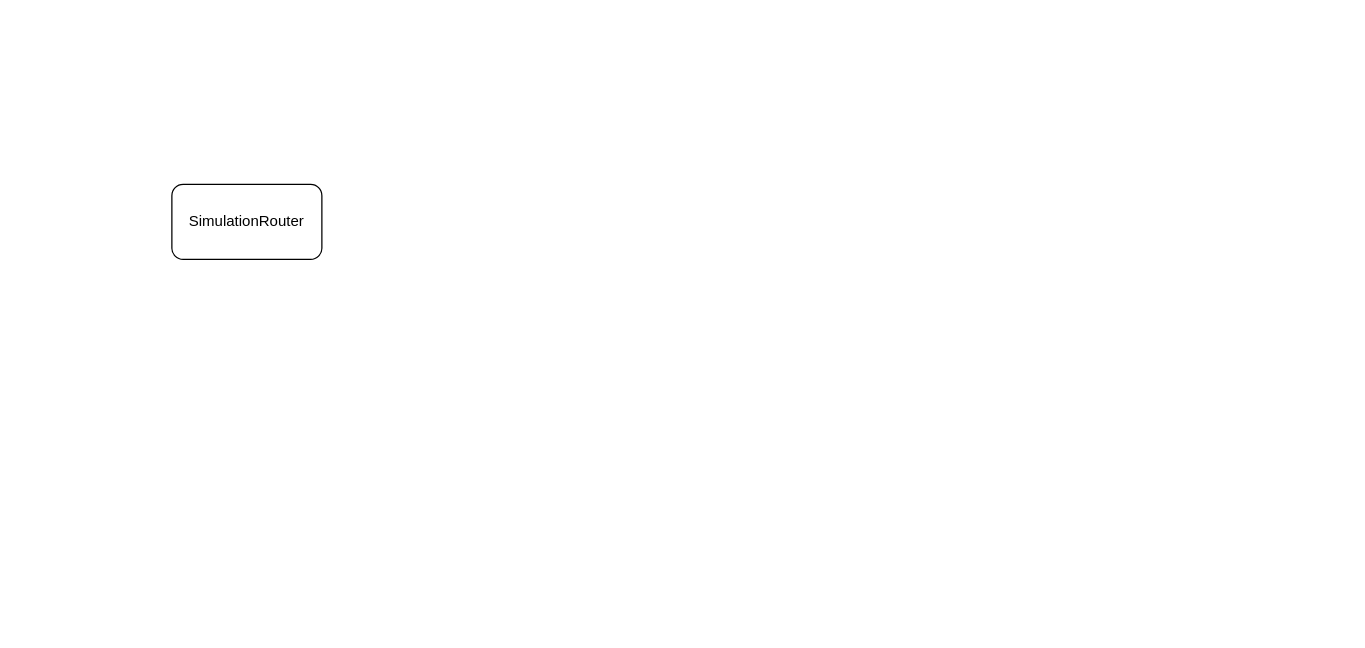
estrondo/diagrams.net keeps this draw.io diagram as page "webapi" (6 of 6) of stars-simulator.drawio. Above is the earlier version. Source tidied: cells renumbered, new cells numbered last; positions are measured from the earlier drawing's top-left corner, leaving out a move shared by most shapes. Both pictures are drawn from the tidied source at 125%, with x=0, y=0 at pixel (171, 184).
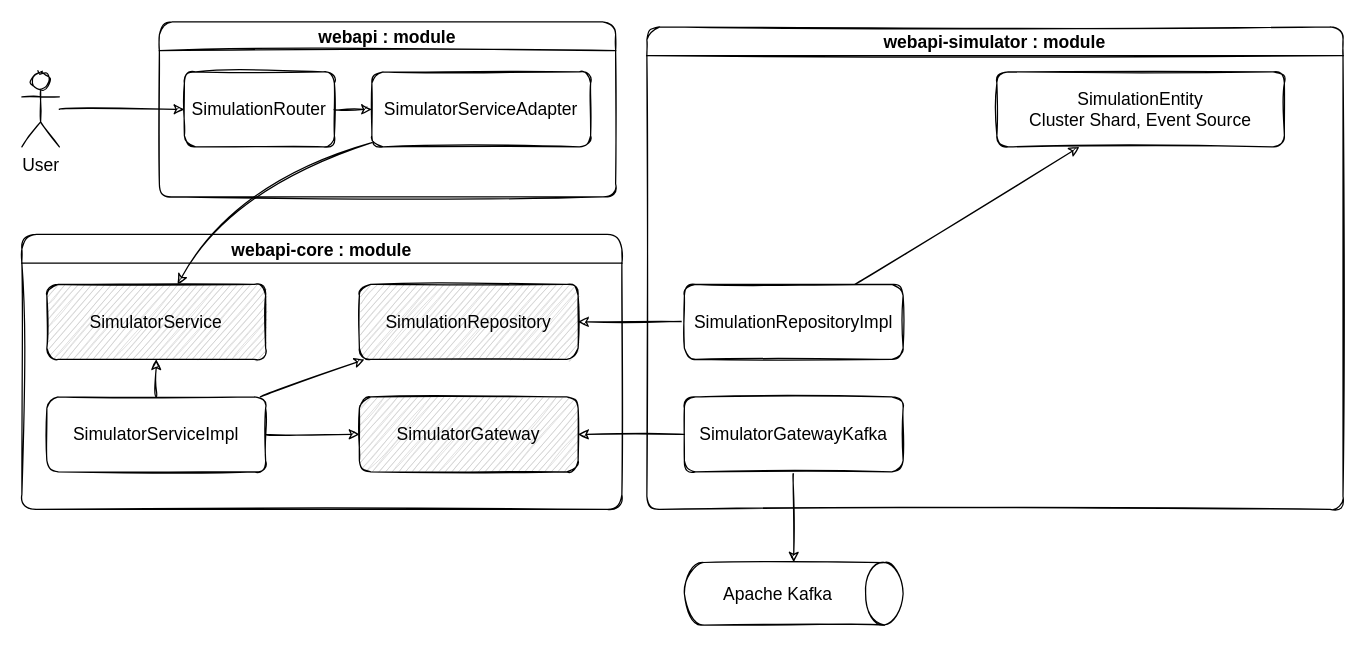
After the change.

The edit, as a diff of the source:
```diff
@@
+    <mxCell id="3" value="Apache Kafka" style="shape=cylinder3;whiteSpace=wrap;html=1;boundedLbl=1;backgroundOutline=1;size=15;rotation=90;horizontal=0;rounded=1;sketch=1;fontSize=14;" parent="1" vertex="1">
+      <mxGeometry x="472.5" y="240" width="50" height="175" as="geometry" />
+    </mxCell>
+    <mxCell id="4" value="User" style="shape=umlActor;verticalLabelPosition=bottom;verticalAlign=top;html=1;outlineConnect=0;rounded=1;sketch=1;fontSize=14;" parent="1" vertex="1">
+      <mxGeometry x="-120" y="-90" width="30" height="60" as="geometry" />
+    </mxCell>
+    <mxCell id="5" style="endArrow=classic;html=1;rounded=1;sketch=1;fontSize=14;curved=1;" parent="1" edge="1" source="4" target="2">
+      <mxGeometry relative="1" as="geometry" />
+    </mxCell>
+    <mxCell id="6" style="endArrow=classic;html=1;rounded=1;sketch=1;fontSize=14;curved=1;" parent="1" edge="1" source="19" target="11">
+      <mxGeometry relative="1" as="geometry">
+        <Array as="points">
+          <mxPoint x="50" />
+        </Array>
+      </mxGeometry>
+    </mxCell>
+    <mxCell id="7" style="endArrow=classic;html=1;rounded=1;sketch=1;fontSize=14;curved=1;" parent="1" edge="1" source="22" target="13">
+      <mxGeometry relative="1" as="geometry" />
+    </mxCell>
+    <mxCell id="8" style="endArrow=classic;html=1;rounded=1;sketch=1;fontSize=14;curved=1;" parent="1" edge="1" source="23" target="14">
+      <mxGeometry relative="1" as="geometry" />
+    </mxCell>
+    <mxCell id="9" style="endArrow=classic;html=1;rounded=1;sketch=1;fontSize=14;curved=1;" parent="1" edge="1" source="23" target="3">
+      <mxGeometry relative="1" as="geometry" />
+    </mxCell>
+    <mxCell id="10" value="webapi-core : module" style="swimlane;rounded=1;shadow=0;glass=0;sketch=1;fillStyle=auto;fontSize=14;fillColor=none;arcSize=17;" parent="1" vertex="1">
+      <mxGeometry x="-120" y="40" width="480" height="220" as="geometry" />
+    </mxCell>
+    <mxCell id="11" value="SimulatorService" style="rounded=1;whiteSpace=wrap;html=1;sketch=1;fontSize=14;fillColor=#CCCCCC;fillStyle=auto;" parent="10" vertex="1">
+      <mxGeometry x="20" y="40" width="175" height="60" as="geometry" />
+    </mxCell>
+    <mxCell id="12" value="SimulatorServiceImpl" style="rounded=1;whiteSpace=wrap;html=1;sketch=1;fontSize=14;" parent="10" vertex="1">
+      <mxGeometry x="20" y="130" width="175" height="60" as="geometry" />
+    </mxCell>
+    <mxCell id="13" value="&lt;div style=&quot;font-size: 14px;&quot;&gt;SimulationRepository&lt;/div&gt;" style="rounded=1;whiteSpace=wrap;html=1;sketch=1;fontSize=14;fillColor=#CCCCCC;" parent="10" vertex="1">
+      <mxGeometry x="270" y="40" width="175" height="60" as="geometry" />
+    </mxCell>
+    <mxCell id="14" value="&lt;div style=&quot;font-size: 14px;&quot;&gt;SimulatorGateway&lt;/div&gt;" style="rounded=1;whiteSpace=wrap;html=1;sketch=1;fontSize=14;fillColor=#CCCCCC;" parent="10" vertex="1">
+      <mxGeometry x="270" y="130" width="175" height="60" as="geometry" />
+    </mxCell>
+    <mxCell id="15" style="endArrow=classic;html=1;rounded=1;sketch=1;fontSize=14;curved=1;" parent="10" edge="1" source="12" target="11">
+      <mxGeometry relative="1" as="geometry" />
+    </mxCell>
+    <mxCell id="16" style="endArrow=classic;html=1;rounded=1;sketch=1;fontSize=14;curved=1;" parent="10" edge="1" source="12" target="13">
+      <mxGeometry relative="1" as="geometry" />
+    </mxCell>
+    <mxCell id="17" style="endArrow=classic;html=1;rounded=1;sketch=1;fontSize=14;curved=1;" parent="10" edge="1" source="12" target="14">
+      <mxGeometry relative="1" as="geometry" />
+    </mxCell>
+    <mxCell id="18" value="webapi : module" style="swimlane;rounded=1;shadow=0;glass=0;sketch=1;fillStyle=auto;fontSize=14;fillColor=none;startSize=23;" parent="1" vertex="1">
+      <mxGeometry x="-10" y="-130" width="365" height="140" as="geometry" />
+    </mxCell>
-    <mxCell id="2" value="&lt;div&gt;SimulationRouter&lt;/div&gt;" style="rounded=1;whiteSpace=wrap;html=1;" parent="1" vertex="1">
-      <mxGeometry width="120" height="60" as="geometry" />
+    <mxCell id="2" value="&lt;div style=&quot;font-size: 14px;&quot;&gt;SimulationRouter&lt;/div&gt;" style="rounded=1;whiteSpace=wrap;html=1;sketch=1;fontSize=14;" parent="18" vertex="1">
+      <mxGeometry x="20" y="40" width="120" height="60" as="geometry" />
     </mxCell>
+    <mxCell id="19" value="SimulatorServiceAdapter" style="rounded=1;whiteSpace=wrap;html=1;sketch=1;fontSize=14;" parent="18" vertex="1">
+      <mxGeometry x="170" y="40" width="175" height="60" as="geometry" />
+    </mxCell>
+    <mxCell id="20" style="endArrow=classic;html=1;rounded=1;sketch=1;fontSize=14;curved=1;" parent="18" edge="1" source="2" target="19">
+      <mxGeometry relative="1" as="geometry" />
+    </mxCell>
+    <mxCell id="21" value="webapi-simulator : module" style="swimlane;rounded=1;shadow=0;glass=0;sketch=1;fillStyle=auto;fontSize=14;fillColor=none;" parent="1" vertex="1">
+      <mxGeometry x="380" y="-126" width="556.9" height="386" as="geometry" />
+    </mxCell>
+    <mxCell id="22" value="&lt;div style=&quot;font-size: 14px;&quot;&gt;SimulationRepositoryImpl&lt;/div&gt;" style="rounded=1;whiteSpace=wrap;html=1;sketch=1;fontSize=14;" parent="21" vertex="1">
+      <mxGeometry x="30" y="206" width="175" height="60" as="geometry" />
+    </mxCell>
+    <mxCell id="23" value="SimulatorGatewayKafka" style="rounded=1;whiteSpace=wrap;html=1;sketch=1;fontSize=14;" parent="21" vertex="1">
+      <mxGeometry x="30" y="296" width="175" height="60" as="geometry" />
+    </mxCell>
+    <mxCell id="24" style="endArrow=classic;html=1;rounded=1;sketch=1;fontSize=14;curved=1;" parent="21" edge="1" source="22" target="25">
+      <mxGeometry relative="1" as="geometry" />
+    </mxCell>
+    <mxCell id="25" value="SimulationEntity&lt;br&gt;Cluster Shard, Event Source&lt;br&gt; " style="rounded=1;whiteSpace=wrap;html=1;sketch=1;fontSize=14;" parent="21" vertex="1">
+      <mxGeometry x="280" y="36" width="230" height="60" as="geometry" />
+    </mxCell>
```
